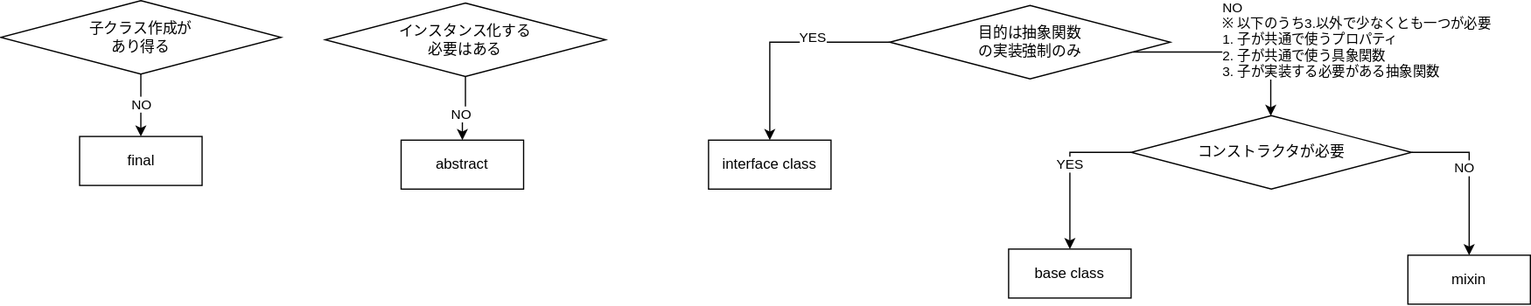
megur0/docs keeps this draw.io diagram as dart/svg/class_usecase/class_judge.drawio.svg. Above is the earlier version. Source tidied: cells renumbered, new cells last; positions are measured from the earlier drawing's top-left corner, leaving out a move shared by most shapes. The source it was exported from:
```xml
<mxGraphModel>
  <root>
    <mxCell id="0" />
    <mxCell id="1" parent="0" />
    <mxCell id="2" style="edgeStyle=orthogonalEdgeStyle;rounded=0;jettySize=auto;html=1;" parent="1" edge="1" source="6" target="7">
      <mxGeometry relative="1" as="geometry" />
    </mxCell>
    <mxCell id="3" value="YES" style="edgeLabel;html=1;align=center;verticalAlign=middle;" parent="2" vertex="1">
      <mxGeometry x="-0.29" y="-4" relative="1" as="geometry" />
    </mxCell>
    <mxCell id="4" style="edgeStyle=orthogonalEdgeStyle;rounded=0;jettySize=auto;html=1;" parent="1" edge="1" source="6" target="12">
      <mxGeometry relative="1" as="geometry">
        <Array as="points">
          <mxPoint x="1037" y="42" />
        </Array>
      </mxGeometry>
    </mxCell>
    <mxCell id="5" value="NO&lt;br&gt;※ 以下のうち3.以外で少なくとも一つが必要&lt;br&gt;1. 子が共通で使うプロパティ &lt;br&gt;2. 子が共通で使う具象関数&lt;br&gt;3. 子が実装する必要がある抽象関数" style="edgeLabel;html=1;align=left;verticalAlign=middle;" parent="4" vertex="1">
      <mxGeometry x="0.34" y="-2" relative="1" as="geometry">
        <mxPoint x="-39" y="-12" as="offset" />
      </mxGeometry>
    </mxCell>
    <mxCell id="6" value="目的は抽象関数&lt;br&gt;の実装強制のみ" style="shape=rhombus;perimeter=rhombusPerimeter;whiteSpace=wrap;html=1;align=center;" parent="1" vertex="1">
      <mxGeometry x="726" y="4" width="229" height="60" as="geometry" />
    </mxCell>
    <mxCell id="7" value="interface class" style="whiteSpace=wrap;html=1;align=center;" parent="1" vertex="1">
      <mxGeometry x="578" y="114" width="100" height="40" as="geometry" />
    </mxCell>
    <mxCell id="8" style="edgeStyle=orthogonalEdgeStyle;rounded=0;jettySize=auto;html=1;" parent="1" edge="1" source="12" target="13">
      <mxGeometry relative="1" as="geometry">
        <Array as="points">
          <mxPoint x="873" y="124" />
        </Array>
      </mxGeometry>
    </mxCell>
    <mxCell id="9" value="YES" style="edgeLabel;html=1;align=center;verticalAlign=middle;" parent="8" vertex="1">
      <mxGeometry x="0.72" y="-1" relative="1" as="geometry">
        <mxPoint x="1" y="-51" as="offset" />
      </mxGeometry>
    </mxCell>
    <mxCell id="10" style="edgeStyle=orthogonalEdgeStyle;rounded=0;jettySize=auto;html=1;" parent="1" edge="1" source="12" target="14">
      <mxGeometry relative="1" as="geometry">
        <Array as="points">
          <mxPoint x="1199" y="124" />
        </Array>
      </mxGeometry>
    </mxCell>
    <mxCell id="11" value="NO" style="edgeLabel;html=1;align=center;verticalAlign=middle;" parent="10" vertex="1">
      <mxGeometry x="-0.08" y="-4" relative="1" as="geometry" />
    </mxCell>
    <mxCell id="12" value="コンストラクタが必要" style="shape=rhombus;perimeter=rhombusPerimeter;whiteSpace=wrap;html=1;align=center;" parent="1" vertex="1">
      <mxGeometry x="923" y="94" width="229" height="60" as="geometry" />
    </mxCell>
    <mxCell id="13" value="base class" style="whiteSpace=wrap;html=1;align=center;" parent="1" vertex="1">
      <mxGeometry x="823" y="203" width="100" height="40" as="geometry" />
    </mxCell>
    <mxCell id="14" value="mixin" style="whiteSpace=wrap;html=1;align=center;" parent="1" vertex="1">
      <mxGeometry x="1149" y="208" width="100" height="40" as="geometry" />
    </mxCell>
    <mxCell id="15" style="edgeStyle=orthogonalEdgeStyle;rounded=0;jettySize=auto;html=1;" parent="1" edge="1" source="17" target="18">
      <mxGeometry relative="1" as="geometry" />
    </mxCell>
    <mxCell id="16" value="NO" style="edgeLabel;html=1;align=center;verticalAlign=middle;" parent="15" vertex="1">
      <mxGeometry x="0.21" y="-1" relative="1" as="geometry" />
    </mxCell>
    <mxCell id="17" value="インスタンス化する&lt;br&gt;必要はある" style="shape=rhombus;perimeter=rhombusPerimeter;whiteSpace=wrap;html=1;align=center;" parent="1" vertex="1">
      <mxGeometry x="265" y="2" width="229" height="60" as="geometry" />
    </mxCell>
    <mxCell id="18" value="abstract" style="whiteSpace=wrap;html=1;align=center;" parent="1" vertex="1">
      <mxGeometry x="327" y="114" width="100" height="40" as="geometry" />
    </mxCell>
    <mxCell id="19" value="NO" style="edgeStyle=orthogonalEdgeStyle;rounded=0;jettySize=auto;html=1;" parent="1" edge="1" source="20" target="21">
      <mxGeometry relative="1" as="geometry" />
    </mxCell>
    <mxCell id="20" value="子クラス作成が&lt;br&gt;あり得る" style="shape=rhombus;perimeter=rhombusPerimeter;whiteSpace=wrap;html=1;align=center;" parent="1" vertex="1">
      <mxGeometry width="229" height="60" as="geometry" />
    </mxCell>
    <mxCell id="21" value="final" style="whiteSpace=wrap;html=1;align=center;" parent="1" vertex="1">
      <mxGeometry x="64.5" y="111" width="100" height="40" as="geometry" />
    </mxCell>
  </root>
</mxGraphModel>
```
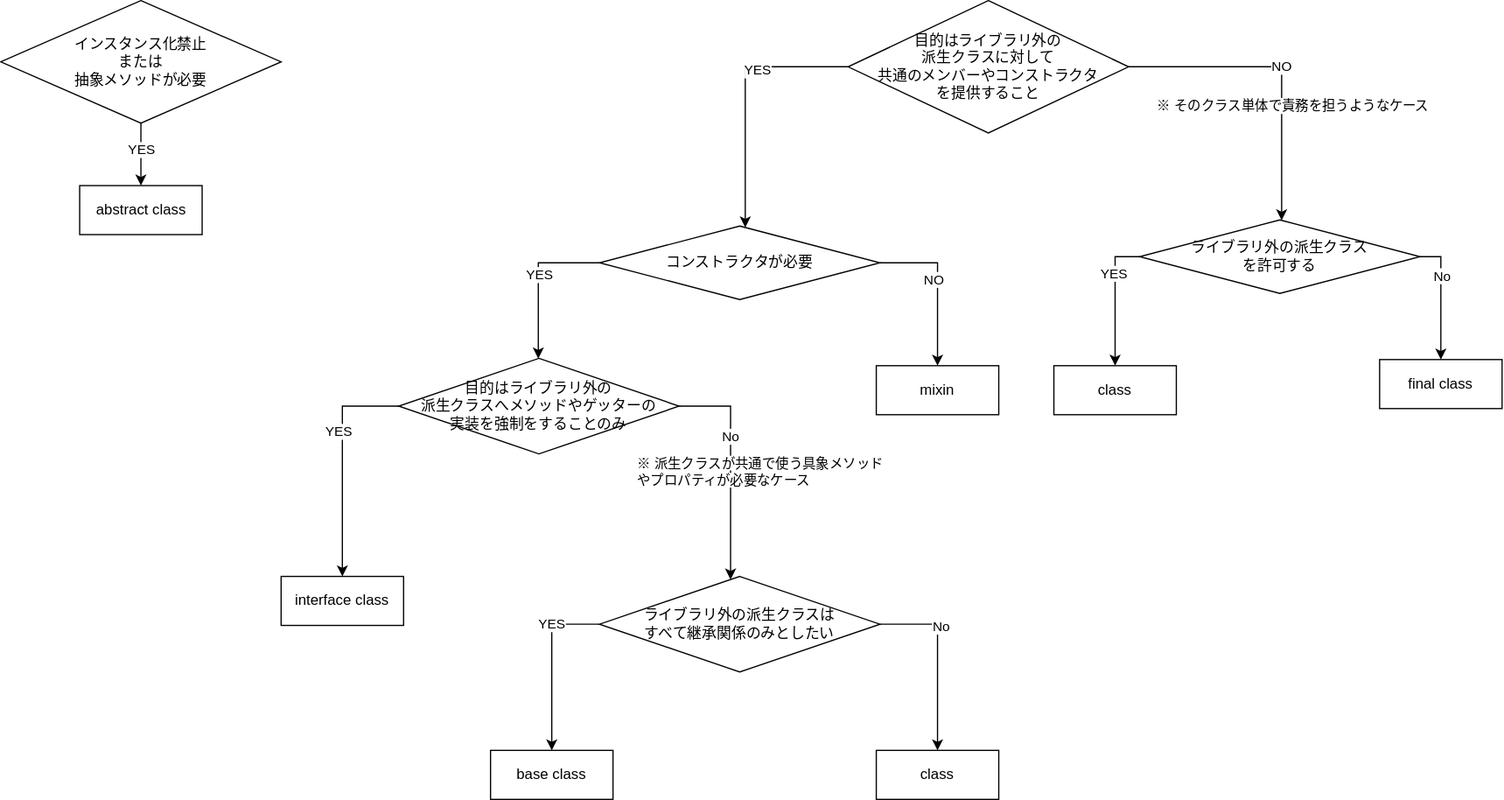
The same diagram one commit later.

Diff of the diagram source:
```diff
@@ -3,33 +3,35 @@
     <mxCell id="0" />
     <mxCell id="1" parent="0" />
     <mxCell id="2" style="edgeStyle=orthogonalEdgeStyle;rounded=0;jettySize=auto;html=1;" parent="1" edge="1" source="6" target="7">
-      <mxGeometry relative="1" as="geometry" />
+      <mxGeometry relative="1" as="geometry">
+        <Array as="points">
+          <mxPoint x="510" y="144" />
+        </Array>
+      </mxGeometry>
     </mxCell>
     <mxCell id="3" value="YES" style="edgeLabel;html=1;align=center;verticalAlign=middle;" parent="2" vertex="1">
       <mxGeometry x="-0.29" y="-4" relative="1" as="geometry" />
     </mxCell>
-    <mxCell id="4" style="edgeStyle=orthogonalEdgeStyle;rounded=0;jettySize=auto;html=1;" parent="1" edge="1" source="6" target="12">
-      <mxGeometry relative="1" as="geometry">
-        <Array as="points">
-          <mxPoint x="1037" y="42" />
-        </Array>
-      </mxGeometry>
-    </mxCell>
-    <mxCell id="5" value="NO&lt;br&gt;※ 以下のうち3.以外で少なくとも一つが必要&lt;br&gt;1. 子が共通で使うプロパティ &lt;br&gt;2. 子が共通で使う具象関数&lt;br&gt;3. 子が実装する必要がある抽象関数" style="edgeLabel;html=1;align=left;verticalAlign=middle;" parent="4" vertex="1">
-      <mxGeometry x="0.34" y="-2" relative="1" as="geometry">
-        <mxPoint x="-39" y="-12" as="offset" />
-      </mxGeometry>
-    </mxCell>
+    <mxCell id="22" style="edgeStyle=orthogonalEdgeStyle;rounded=0;jettySize=auto;html=1;" parent="1" edge="1" source="6" target="32">
+      <mxGeometry relative="1" as="geometry">
+        <Array as="points">
+          <mxPoint x="827" y="144" />
+        </Array>
+      </mxGeometry>
+    </mxCell>
+    <mxCell id="23" value="No" style="edgeLabel;html=1;align=center;verticalAlign=middle;" parent="22" vertex="1">
+      <mxGeometry x="-0.28" y="-1" relative="1" as="geometry" />
+    </mxCell>
-    <mxCell id="6" value="目的は抽象関数&lt;br&gt;の実装強制のみ" style="shape=rhombus;perimeter=rhombusPerimeter;whiteSpace=wrap;html=1;align=center;" parent="1" vertex="1">
-      <mxGeometry x="726" y="4" width="229" height="60" as="geometry" />
+    <mxCell id="6" value="目的はライブラリ外の&lt;div&gt;派生クラスへ&lt;span style=&quot;background-color: initial;&quot;&gt;メソッドやゲッターの&lt;/span&gt;&lt;div&gt;&lt;span style=&quot;background-color: initial;&quot;&gt;実装を強制をすること&lt;/span&gt;&lt;span style=&quot;background-color: initial;&quot;&gt;のみ&lt;/span&gt;&lt;/div&gt;&lt;/div&gt;" style="shape=rhombus;perimeter=rhombusPerimeter;whiteSpace=wrap;html=1;align=center;" parent="1" vertex="1">
+      <mxGeometry x="556" y="105" width="229" height="78" as="geometry" />
     </mxCell>
     <mxCell id="7" value="interface class" style="whiteSpace=wrap;html=1;align=center;" parent="1" vertex="1">
-      <mxGeometry x="578" y="114" width="100" height="40" as="geometry" />
+      <mxGeometry x="460" y="283" width="100" height="40" as="geometry" />
     </mxCell>
-    <mxCell id="8" style="edgeStyle=orthogonalEdgeStyle;rounded=0;jettySize=auto;html=1;" parent="1" edge="1" source="12" target="13">
+    <mxCell id="8" style="edgeStyle=orthogonalEdgeStyle;rounded=0;jettySize=auto;html=1;" parent="1" edge="1" source="12" target="6">
       <mxGeometry relative="1" as="geometry">
         <Array as="points">
-          <mxPoint x="873" y="124" />
+          <mxPoint x="670" y="27" />
         </Array>
       </mxGeometry>
     </mxCell>
@@ -41,7 +43,7 @@
     <mxCell id="10" style="edgeStyle=orthogonalEdgeStyle;rounded=0;jettySize=auto;html=1;" parent="1" edge="1" source="12" target="14">
       <mxGeometry relative="1" as="geometry">
         <Array as="points">
-          <mxPoint x="1199" y="124" />
+          <mxPoint x="996" y="27" />
         </Array>
       </mxGeometry>
     </mxCell>
@@ -49,34 +51,110 @@
       <mxGeometry x="-0.08" y="-4" relative="1" as="geometry" />
     </mxCell>
     <mxCell id="12" value="コンストラクタが必要" style="shape=rhombus;perimeter=rhombusPerimeter;whiteSpace=wrap;html=1;align=center;" parent="1" vertex="1">
-      <mxGeometry x="923" y="94" width="229" height="60" as="geometry" />
+      <mxGeometry x="720" y="-3" width="229" height="60" as="geometry" />
     </mxCell>
-    <mxCell id="13" value="base class" style="whiteSpace=wrap;html=1;align=center;" parent="1" vertex="1">
-      <mxGeometry x="823" y="203" width="100" height="40" as="geometry" />
-    </mxCell>
     <mxCell id="14" value="mixin" style="whiteSpace=wrap;html=1;align=center;" parent="1" vertex="1">
-      <mxGeometry x="1149" y="208" width="100" height="40" as="geometry" />
+      <mxGeometry x="946" y="111" width="100" height="40" as="geometry" />
     </mxCell>
     <mxCell id="15" style="edgeStyle=orthogonalEdgeStyle;rounded=0;jettySize=auto;html=1;" parent="1" edge="1" source="17" target="18">
       <mxGeometry relative="1" as="geometry" />
     </mxCell>
-    <mxCell id="16" value="NO" style="edgeLabel;html=1;align=center;verticalAlign=middle;" parent="15" vertex="1">
-      <mxGeometry x="0.21" y="-1" relative="1" as="geometry" />
+    <mxCell id="16" value="YES" style="edgeLabel;html=1;align=center;verticalAlign=middle;" parent="15" vertex="1">
+      <mxGeometry x="0.21" y="-1" relative="1" as="geometry">
+        <mxPoint x="1" y="-10" as="offset" />
+      </mxGeometry>
     </mxCell>
-    <mxCell id="17" value="インスタンス化する&lt;br&gt;必要はある" style="shape=rhombus;perimeter=rhombusPerimeter;whiteSpace=wrap;html=1;align=center;" parent="1" vertex="1">
-      <mxGeometry x="265" y="2" width="229" height="60" as="geometry" />
+    <mxCell id="17" value="インスタンス化禁止&lt;div&gt;または&lt;/div&gt;&lt;div&gt;抽象メソッドが必要&lt;/div&gt;" style="shape=rhombus;perimeter=rhombusPerimeter;whiteSpace=wrap;html=1;align=center;" parent="1" vertex="1">
+      <mxGeometry x="231" y="-187" width="229" height="100" as="geometry" />
     </mxCell>
-    <mxCell id="18" value="abstract" style="whiteSpace=wrap;html=1;align=center;" parent="1" vertex="1">
-      <mxGeometry x="327" y="114" width="100" height="40" as="geometry" />
+    <mxCell id="18" value="abstract class" style="whiteSpace=wrap;html=1;align=center;" parent="1" vertex="1">
+      <mxGeometry x="295.5" y="-36" width="100" height="40" as="geometry" />
     </mxCell>
-    <mxCell id="19" value="NO" style="edgeStyle=orthogonalEdgeStyle;rounded=0;jettySize=auto;html=1;" parent="1" edge="1" source="20" target="21">
-      <mxGeometry relative="1" as="geometry" />
+    <mxCell id="19" value="NO" style="edgeStyle=orthogonalEdgeStyle;rounded=0;jettySize=auto;html=1;" parent="1" edge="1" source="20" target="39">
+      <mxGeometry relative="1" as="geometry">
+        <Array as="points">
+          <mxPoint x="1277" y="-133" />
+        </Array>
+      </mxGeometry>
     </mxCell>
+    <mxCell id="24" value="※ そのクラス単体で責務を担うようなケース" style="edgeLabel;html=1;align=center;verticalAlign=middle;" parent="19" vertex="1">
+      <mxGeometry x="0.54" y="-4" relative="1" as="geometry">
+        <mxPoint x="12" y="-36" as="offset" />
+      </mxGeometry>
+    </mxCell>
+    <mxCell id="25" style="edgeStyle=orthogonalEdgeStyle;rounded=0;jettySize=auto;html=1;" parent="1" edge="1" source="20" target="12">
+      <mxGeometry relative="1" as="geometry">
+        <Array as="points">
+          <mxPoint x="839" y="-133" />
+        </Array>
+      </mxGeometry>
+    </mxCell>
+    <mxCell id="26" value="YES" style="edgeLabel;html=1;align=center;verticalAlign=middle;" parent="25" vertex="1">
+      <mxGeometry x="-0.3" y="2" relative="1" as="geometry" />
+    </mxCell>
-    <mxCell id="20" value="子クラス作成が&lt;br&gt;あり得る" style="shape=rhombus;perimeter=rhombusPerimeter;whiteSpace=wrap;html=1;align=center;" parent="1" vertex="1">
-      <mxGeometry width="229" height="60" as="geometry" />
+    <mxCell id="20" value="&lt;div&gt;目的はライブラリ外の&lt;/div&gt;&lt;div&gt;&lt;span style=&quot;background-color: initial;&quot;&gt;派生クラスに対して&lt;/span&gt;&lt;/div&gt;&lt;div&gt;共通のメンバーやコンストラクタ&lt;/div&gt;&lt;div&gt;を提供する&lt;span style=&quot;background-color: initial;&quot;&gt;こと&lt;/span&gt;&lt;/div&gt;" style="shape=rhombus;perimeter=rhombusPerimeter;whiteSpace=wrap;html=1;align=center;" parent="1" vertex="1">
+      <mxGeometry x="923" y="-187" width="229" height="108" as="geometry" />
     </mxCell>
-    <mxCell id="21" value="final" style="whiteSpace=wrap;html=1;align=center;" parent="1" vertex="1">
-      <mxGeometry x="64.5" y="111" width="100" height="40" as="geometry" />
-    </mxCell>
+    <mxCell id="27" value="&lt;span style=&quot;color: rgb(0, 0, 0); font-family: Helvetica; font-size: 11px; font-style: normal; font-variant-ligatures: normal; font-variant-caps: normal; font-weight: 400; letter-spacing: normal; orphans: 2; text-align: left; text-indent: 0px; text-transform: none; widows: 2; word-spacing: 0px; -webkit-text-stroke-width: 0px; white-space: nowrap; background-color: rgb(255, 255, 255); text-decoration-thickness: initial; text-decoration-style: initial; text-decoration-color: initial; display: inline !important; float: none;&quot;&gt;※&amp;nbsp;&lt;/span&gt;&lt;span style=&quot;font-size: 11px; text-wrap: nowrap; background-color: rgb(255, 255, 255);&quot;&gt;派生クラスが共通で使う具象メソッド&lt;/span&gt;&lt;div&gt;&lt;span style=&quot;font-size: 11px; text-wrap: nowrap; background-color: rgb(255, 255, 255);&quot;&gt;やプロパティが必要なケース&lt;/span&gt;&lt;/div&gt;" style="text;whiteSpace=wrap;html=1;" parent="1" vertex="1">
+      <mxGeometry x="749" y="177" width="204" height="43" as="geometry" />
+    </mxCell>
+    <mxCell id="13" value="base class" style="whiteSpace=wrap;html=1;align=center;" parent="1" vertex="1">
+      <mxGeometry x="631" y="425" width="100" height="40" as="geometry" />
+    </mxCell>
+    <mxCell id="28" style="edgeStyle=orthogonalEdgeStyle;rounded=0;jettySize=auto;html=1;" parent="1" edge="1" source="32" target="13">
+      <mxGeometry relative="1" as="geometry">
+        <Array as="points">
+          <mxPoint x="681" y="322" />
+        </Array>
+      </mxGeometry>
+    </mxCell>
+    <mxCell id="29" value="YES" style="edgeLabel;html=1;align=center;verticalAlign=middle;" parent="28" vertex="1">
+      <mxGeometry x="-0.45" y="-1" relative="1" as="geometry" />
+    </mxCell>
+    <mxCell id="30" style="edgeStyle=orthogonalEdgeStyle;rounded=0;jettySize=auto;html=1;" parent="1" edge="1" source="32" target="33">
+      <mxGeometry relative="1" as="geometry">
+        <Array as="points">
+          <mxPoint x="996" y="322" />
+        </Array>
+      </mxGeometry>
+    </mxCell>
+    <mxCell id="31" value="No" style="edgeLabel;html=1;align=center;verticalAlign=middle;" parent="30" vertex="1">
+      <mxGeometry x="-0.35" y="2" relative="1" as="geometry" />
+    </mxCell>
+    <mxCell id="32" value="ライブラリ外の派生クラスは&lt;div&gt;すべて継承関係のみとしたい&lt;/div&gt;" style="shape=rhombus;perimeter=rhombusPerimeter;whiteSpace=wrap;html=1;align=center;" parent="1" vertex="1">
+      <mxGeometry x="720" y="283" width="229" height="78" as="geometry" />
+    </mxCell>
+    <mxCell id="33" value="&lt;span style=&quot;background-color: initial;&quot;&gt;class&lt;/span&gt;" style="whiteSpace=wrap;html=1;align=center;" parent="1" vertex="1">
+      <mxGeometry x="946" y="425" width="100" height="40" as="geometry" />
+    </mxCell>
+    <mxCell id="34" value="class" style="whiteSpace=wrap;html=1;align=center;" parent="1" vertex="1">
+      <mxGeometry x="1091" y="111" width="100" height="40" as="geometry" />
+    </mxCell>
+    <mxCell id="35" style="edgeStyle=orthogonalEdgeStyle;rounded=0;jettySize=auto;html=1;" parent="1" edge="1" source="39" target="34">
+      <mxGeometry relative="1" as="geometry">
+        <Array as="points">
+          <mxPoint x="1141" y="22" />
+        </Array>
+      </mxGeometry>
+    </mxCell>
+    <mxCell id="36" value="YES" style="edgeLabel;html=1;align=center;verticalAlign=middle;" parent="35" vertex="1">
+      <mxGeometry x="-0.39" y="-2" relative="1" as="geometry" />
+    </mxCell>
+    <mxCell id="37" style="edgeStyle=orthogonalEdgeStyle;rounded=0;jettySize=auto;html=1;" parent="1" edge="1" source="39" target="40">
+      <mxGeometry relative="1" as="geometry">
+        <Array as="points">
+          <mxPoint x="1407" y="22" />
+        </Array>
+      </mxGeometry>
+    </mxCell>
+    <mxCell id="38" value="No" style="edgeLabel;html=1;align=center;verticalAlign=middle;" parent="37" vertex="1">
+      <mxGeometry x="-0.34" relative="1" as="geometry" />
+    </mxCell>
+    <mxCell id="39" value="ライブラリ外の派生クラス&lt;div&gt;を許可する&lt;/div&gt;" style="shape=rhombus;perimeter=rhombusPerimeter;whiteSpace=wrap;html=1;align=center;" parent="1" vertex="1">
+      <mxGeometry x="1161" y="-8" width="229" height="60" as="geometry" />
+    </mxCell>
+    <mxCell id="40" value="final class" style="whiteSpace=wrap;html=1;align=center;" parent="1" vertex="1">
+      <mxGeometry x="1357" y="106" width="100" height="40" as="geometry" />
+    </mxCell>
   </root>
 </mxGraphModel>
```
